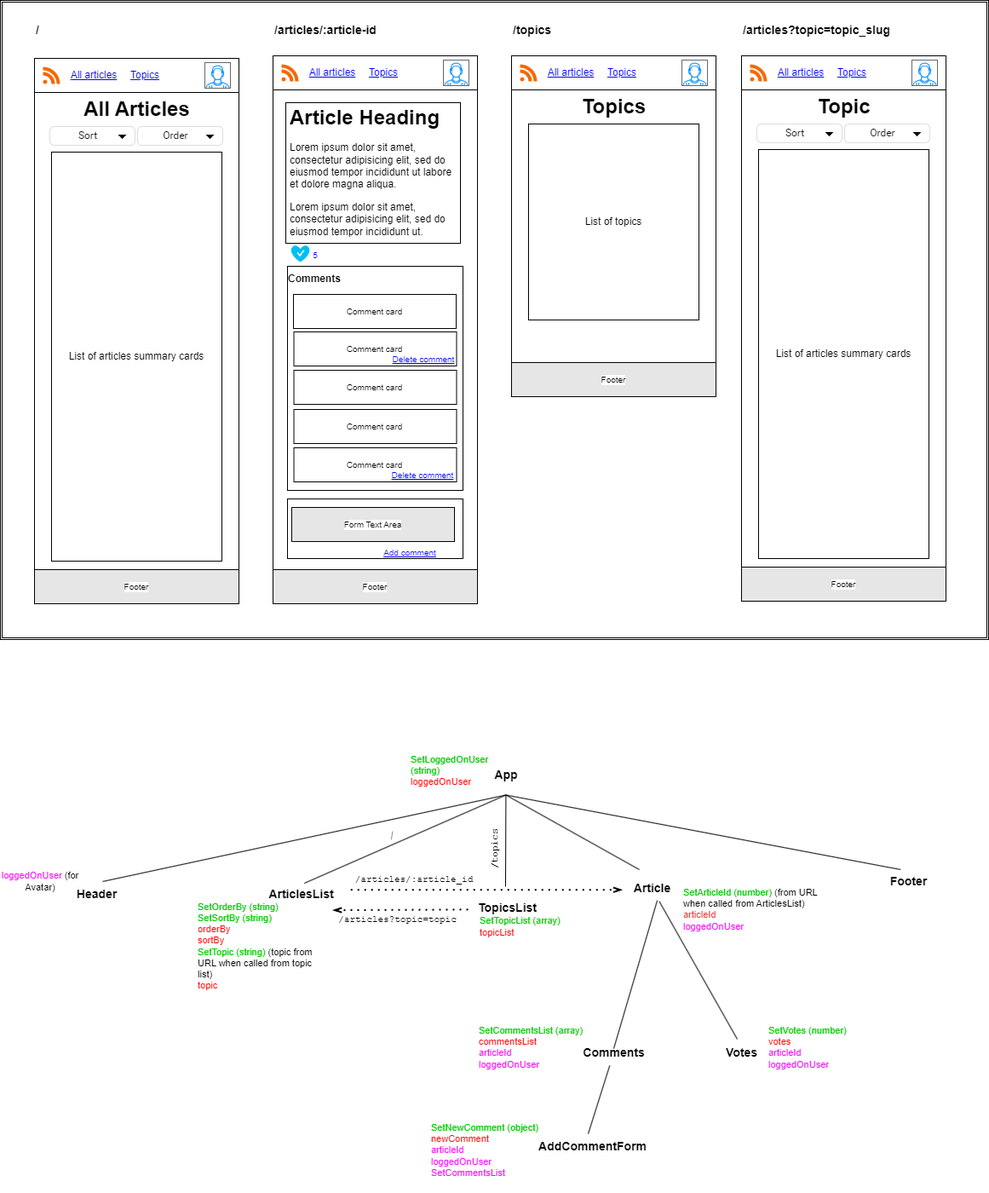
Before: plan.png, a diagram exported from draw.io (marcusyoung/nc-news). Source tidied: cells renumbered, new cells last; positions are measured from the earlier drawing's top-left corner, leaving out a move shared by most shapes.
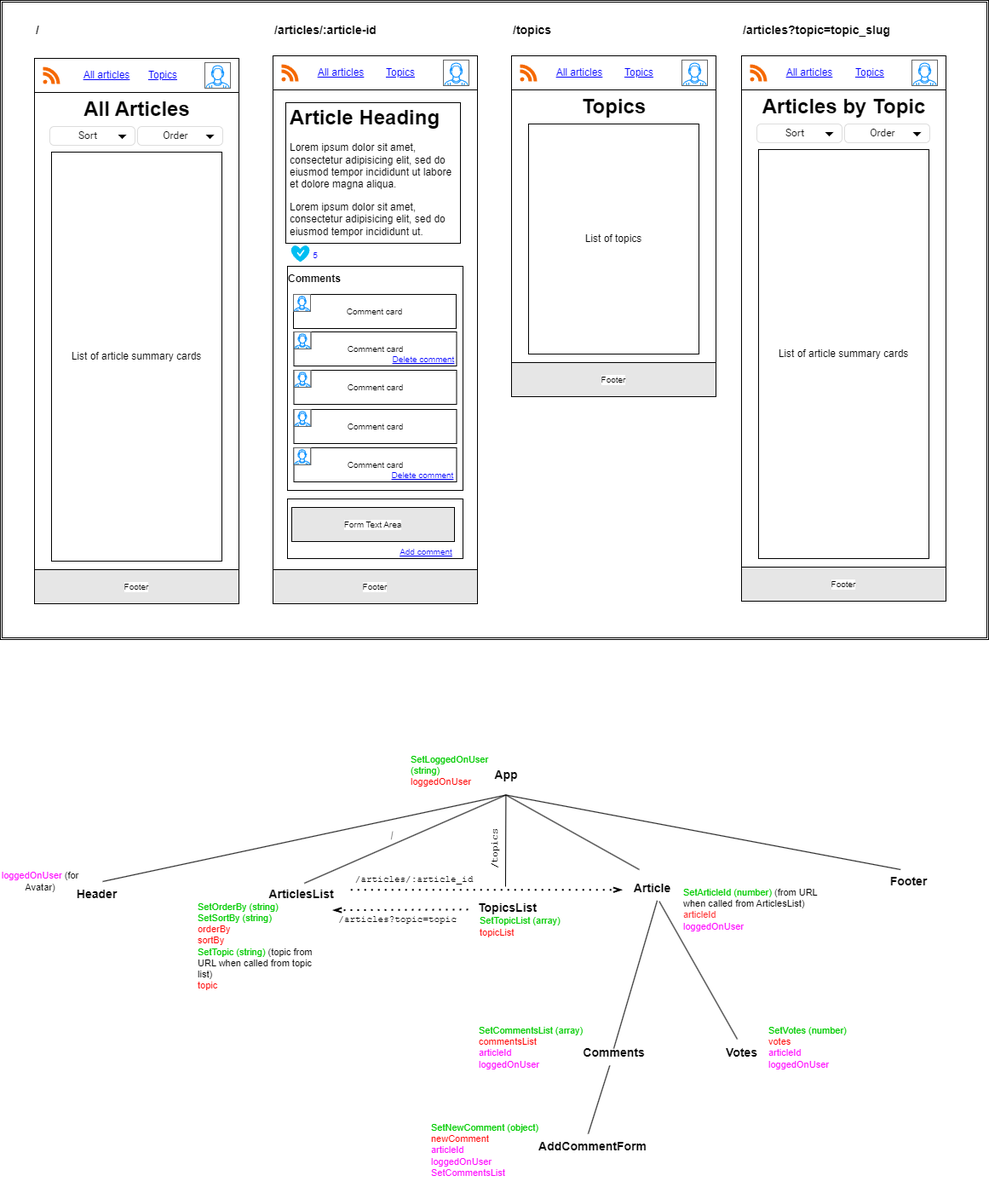
Above is the later version.

Commit message:
updated app plan

Diff of the diagram source:
```diff
@@ -14,14 +14,14 @@
     <mxCell id="5" style="dashed=0;html=1;align=center;labelPosition=center;verticalLabelPosition=bottom;verticalAlign=top;shape=mxgraph.weblogos.rss;fillColor=#F56800;strokeColor=none;" parent="3" vertex="1">
       <mxGeometry x="10" y="10" width="20" height="20" as="geometry" />
     </mxCell>
-    <mxCell id="6" value="List of articles summary cards" style="rounded=0;whiteSpace=wrap;html=1;" parent="3" vertex="1">
+    <mxCell id="6" value="List of article summary cards" style="rounded=0;whiteSpace=wrap;html=1;" parent="3" vertex="1">
       <mxGeometry x="20" y="110" width="200" height="480" as="geometry" />
     </mxCell>
     <mxCell id="7" value="All articles" style="text;html=1;strokeColor=none;fillColor=none;align=center;verticalAlign=middle;whiteSpace=wrap;rounded=0;fontColor=#0000FF;fontStyle=4;" parent="3" vertex="1">
-      <mxGeometry x="40" y="5" width="60" height="30" as="geometry" />
+      <mxGeometry x="55" y="5" width="60" height="30" as="geometry" />
     </mxCell>
     <mxCell id="8" value="Topics" style="text;html=1;strokeColor=none;fillColor=none;align=center;verticalAlign=middle;whiteSpace=wrap;rounded=0;fontColor=#0000FF;fontStyle=4;" parent="3" vertex="1">
-      <mxGeometry x="100" y="5" width="60" height="30" as="geometry" />
+      <mxGeometry x="121" y="5" width="60" height="30" as="geometry" />
     </mxCell>
     <mxCell id="9" value="All Articles" style="text;strokeColor=none;fillColor=none;html=1;fontSize=24;fontStyle=1;verticalAlign=middle;align=center;" parent="3" vertex="1">
       <mxGeometry x="70" y="40" width="100" height="40" as="geometry" />
@@ -58,13 +58,13 @@
       <mxGeometry x="10" y="10" width="20" height="20" as="geometry" />
     </mxCell>
     <mxCell id="19" value="List of topics" style="rounded=0;whiteSpace=wrap;html=1;" parent="16" vertex="1">
-      <mxGeometry x="20" y="80" width="200" height="230" as="geometry" />
+      <mxGeometry x="20" y="80" width="200" height="270" as="geometry" />
     </mxCell>
     <mxCell id="20" value="All articles" style="text;html=1;strokeColor=none;fillColor=none;align=center;verticalAlign=middle;whiteSpace=wrap;rounded=0;fontColor=#0000FF;fontStyle=4;" parent="16" vertex="1">
-      <mxGeometry x="40" y="5" width="60" height="30" as="geometry" />
+      <mxGeometry x="50" y="5" width="60" height="30" as="geometry" />
     </mxCell>
     <mxCell id="21" value="Topics" style="text;html=1;strokeColor=none;fillColor=none;align=center;verticalAlign=middle;whiteSpace=wrap;rounded=0;fontColor=#0000FF;fontStyle=4;labelBackgroundColor=none;" parent="16" vertex="1">
-      <mxGeometry x="100" y="5" width="60" height="30" as="geometry" />
+      <mxGeometry x="120" y="5" width="60" height="30" as="geometry" />
     </mxCell>
     <mxCell id="22" value="Topics" style="text;strokeColor=none;fillColor=none;html=1;fontSize=24;fontStyle=1;verticalAlign=middle;align=center;" parent="16" vertex="1">
       <mxGeometry x="70" y="40" width="100" height="40" as="geometry" />
@@ -91,10 +91,10 @@
       <mxGeometry x="10" y="10" width="20" height="20" as="geometry" />
     </mxCell>
     <mxCell id="30" value="All articles" style="text;html=1;strokeColor=none;fillColor=none;align=center;verticalAlign=middle;whiteSpace=wrap;rounded=0;fontColor=#0000FF;fontStyle=4;" parent="25" vertex="1">
-      <mxGeometry x="40" y="5" width="60" height="30" as="geometry" />
+      <mxGeometry x="50" y="5" width="60" height="30" as="geometry" />
     </mxCell>
     <mxCell id="31" value="Topics" style="text;html=1;strokeColor=none;fillColor=none;align=center;verticalAlign=middle;whiteSpace=wrap;rounded=0;fontColor=#0000FF;fontStyle=4;" parent="25" vertex="1">
-      <mxGeometry x="100" y="5" width="60" height="30" as="geometry" />
+      <mxGeometry x="120" y="5" width="60" height="30" as="geometry" />
     </mxCell>
     <mxCell id="32" value="&lt;h1 style=&quot;line-height: 100%;&quot;&gt;Article Heading&lt;/h1&gt;&lt;p&gt;Lorem ipsum dolor sit amet, consectetur adipisicing elit, sed do eiusmod tempor incididunt ut labore et dolore magna aliqua.&lt;span style=&quot;background-color: initial;&quot;&gt;&amp;nbsp;&lt;/span&gt;&lt;/p&gt;&lt;p&gt;Lorem ipsum dolor sit amet, consectetur adipisicing elit, sed do eiusmod tempor incididunt ut.&lt;br&gt;&lt;/p&gt;&lt;p&gt;&lt;br&gt;&lt;/p&gt;" style="text;html=1;strokeColor=default;fillColor=none;spacing=5;spacingTop=-20;whiteSpace=wrap;overflow=hidden;rounded=0;" parent="25" vertex="1">
       <mxGeometry x="15" y="55" width="205" height="165" as="geometry" />
@@ -132,8 +132,20 @@
     <mxCell id="43" value="Footer" style="rounded=0;whiteSpace=wrap;html=1;labelBackgroundColor=default;strokeColor=default;fontSize=10;fontColor=#000000;fillColor=#E6E6E6;" parent="25" vertex="1">
       <mxGeometry y="603" width="240" height="40" as="geometry" />
     </mxCell>
+    <mxCell id="95" style="verticalLabelPosition=bottom;shadow=0;dashed=0;align=center;html=1;verticalAlign=top;strokeWidth=1;shape=mxgraph.mockup.containers.userMale;strokeColor=#666666;strokeColor2=#008cff;fontColor=#000000;" parent="25" vertex="1">
+      <mxGeometry x="24.5" y="324" width="20" height="20" as="geometry" />
+    </mxCell>
+    <mxCell id="96" style="verticalLabelPosition=bottom;shadow=0;dashed=0;align=center;html=1;verticalAlign=top;strokeWidth=1;shape=mxgraph.mockup.containers.userMale;strokeColor=#666666;strokeColor2=#008cff;fontColor=#000000;" parent="25" vertex="1">
+      <mxGeometry x="24.5" y="369" width="20" height="20" as="geometry" />
+    </mxCell>
+    <mxCell id="97" style="verticalLabelPosition=bottom;shadow=0;dashed=0;align=center;html=1;verticalAlign=top;strokeWidth=1;shape=mxgraph.mockup.containers.userMale;strokeColor=#666666;strokeColor2=#008cff;fontColor=#000000;" parent="25" vertex="1">
+      <mxGeometry x="24.5" y="415" width="20" height="20" as="geometry" />
+    </mxCell>
+    <mxCell id="98" style="verticalLabelPosition=bottom;shadow=0;dashed=0;align=center;html=1;verticalAlign=top;strokeWidth=1;shape=mxgraph.mockup.containers.userMale;strokeColor=#666666;strokeColor2=#008cff;fontColor=#000000;" parent="25" vertex="1">
+      <mxGeometry x="24.2" y="460" width="20" height="20" as="geometry" />
+    </mxCell>
     <mxCell id="44" value="Add comment" style="text;html=1;strokeColor=none;fillColor=none;align=center;verticalAlign=middle;whiteSpace=wrap;rounded=0;fontColor=#0000FF;fontStyle=4;fontSize=10;" parent="1" vertex="1">
-      <mxGeometry x="436" y="633" width="90" height="30" as="geometry" />
+      <mxGeometry x="455" y="632" width="90" height="30" as="geometry" />
     </mxCell>
     <mxCell id="45" value="&lt;font color=&quot;#000000&quot; style=&quot;font-size: 10px;&quot;&gt;Comment card&lt;/font&gt;" style="rounded=0;whiteSpace=wrap;html=1;labelBackgroundColor=none;fontColor=#0000FF;" parent="1" vertex="1">
       <mxGeometry x="344" y="345" width="191" height="40" as="geometry" />
@@ -162,16 +174,16 @@
     <mxCell id="53" style="dashed=0;html=1;align=center;labelPosition=center;verticalLabelPosition=bottom;verticalAlign=top;shape=mxgraph.weblogos.rss;fillColor=#F56800;strokeColor=none;" parent="51" vertex="1">
       <mxGeometry x="10" y="10" width="20" height="20" as="geometry" />
     </mxCell>
-    <mxCell id="54" value="List of articles summary cards" style="rounded=0;whiteSpace=wrap;html=1;" parent="51" vertex="1">
+    <mxCell id="54" value="List of article summary cards" style="rounded=0;whiteSpace=wrap;html=1;" parent="51" vertex="1">
       <mxGeometry x="20" y="110" width="200" height="480" as="geometry" />
     </mxCell>
     <mxCell id="55" value="All articles" style="text;html=1;strokeColor=none;fillColor=none;align=center;verticalAlign=middle;whiteSpace=wrap;rounded=0;fontColor=#0000FF;fontStyle=4;" parent="51" vertex="1">
-      <mxGeometry x="40" y="5" width="60" height="30" as="geometry" />
+      <mxGeometry x="50" y="5" width="60" height="30" as="geometry" />
     </mxCell>
     <mxCell id="56" value="Topics" style="text;html=1;strokeColor=none;fillColor=none;align=center;verticalAlign=middle;whiteSpace=wrap;rounded=0;fontColor=#0000FF;fontStyle=4;" parent="51" vertex="1">
-      <mxGeometry x="100" y="5" width="60" height="30" as="geometry" />
+      <mxGeometry x="121" y="5" width="60" height="30" as="geometry" />
     </mxCell>
-    <mxCell id="57" value="Topic" style="text;strokeColor=none;fillColor=none;html=1;fontSize=24;fontStyle=1;verticalAlign=middle;align=center;" parent="51" vertex="1">
+    <mxCell id="57" value="Articles by Topic" style="text;strokeColor=none;fillColor=none;html=1;fontSize=24;fontStyle=1;verticalAlign=middle;align=center;" parent="51" vertex="1">
       <mxGeometry x="70" y="40" width="100" height="40" as="geometry" />
     </mxCell>
     <mxCell id="58" style="verticalLabelPosition=bottom;shadow=0;dashed=0;align=center;html=1;verticalAlign=top;strokeWidth=1;shape=mxgraph.mockup.containers.userMale;strokeColor=#666666;strokeColor2=#008cff;fontColor=#000000;" parent="51" vertex="1">
@@ -303,5 +315,8 @@
     <mxCell id="94" value="&lt;font face=&quot;Courier New&quot; style=&quot;font-size: 11px;&quot;&gt;/articles?topic=topic&lt;br style=&quot;font-size: 11px;&quot;&gt;&lt;/font&gt;" style="text;html=1;strokeColor=none;fillColor=none;align=center;verticalAlign=middle;whiteSpace=wrap;rounded=0;fontColor=#000000;rotation=0;fontSize=11;" parent="1" vertex="1">
       <mxGeometry x="378" y="1064" width="176.6" height="30" as="geometry" />
     </mxCell>
+    <mxCell id="99" style="verticalLabelPosition=bottom;shadow=0;dashed=0;align=center;html=1;verticalAlign=top;strokeWidth=1;shape=mxgraph.mockup.containers.userMale;strokeColor=#666666;strokeColor2=#008cff;fontColor=#000000;" parent="1" vertex="1">
+      <mxGeometry x="344" y="345" width="20" height="20" as="geometry" />
+    </mxCell>
   </root>
 </mxGraphModel>
```
